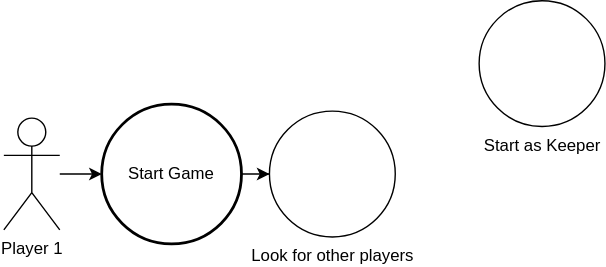
Earlier version of the draw.io export TheProspector/Assets/Schematics/Use_case.svg (SakuNurmiranta/TheProspector). Source tidied: cells renumbered, new cells last; positions are measured from the earlier drawing's top-left corner, leaving out a move shared by most shapes. Its diagram source:
```xml
<mxGraphModel>
  <root>
    <mxCell id="0" />
    <mxCell id="1" parent="0" />
    <mxCell id="2" value="Player 1" style="shape=umlActor;verticalLabelPosition=bottom;verticalAlign=top;html=1;" parent="1" vertex="1">
      <mxGeometry y="84" width="40" height="80" as="geometry" />
    </mxCell>
    <mxCell id="3" value="Start Game" style="strokeWidth=2;html=1;shape=mxgraph.flowchart.start_2;whiteSpace=wrap;" parent="1" vertex="1">
      <mxGeometry x="70" y="74" width="100" height="100" as="geometry" />
    </mxCell>
    <mxCell id="4" style="edgeStyle=orthogonalEdgeStyle;rounded=0;jettySize=auto;html=1;entryX=0;entryY=0.5;entryDx=0;entryDy=0;entryPerimeter=0;" parent="1" edge="1" source="2" target="3">
      <mxGeometry relative="1" as="geometry" />
    </mxCell>
    <mxCell id="5" value="Look for other players" style="verticalLabelPosition=bottom;verticalAlign=top;html=1;shape=mxgraph.flowchart.on-page_reference;" parent="1" vertex="1">
      <mxGeometry x="190" y="79" width="90" height="90" as="geometry" />
    </mxCell>
    <mxCell id="6" style="edgeStyle=orthogonalEdgeStyle;rounded=0;jettySize=auto;html=1;entryX=0;entryY=0.5;entryDx=0;entryDy=0;entryPerimeter=0;" parent="1" edge="1" source="3" target="5">
      <mxGeometry relative="1" as="geometry" />
    </mxCell>
    <mxCell id="7" value="Start as Keeper" style="verticalLabelPosition=bottom;verticalAlign=top;html=1;shape=mxgraph.flowchart.on-page_reference;" parent="1" vertex="1">
      <mxGeometry x="340" width="90" height="90" as="geometry" />
    </mxCell>
  </root>
</mxGraphModel>
```
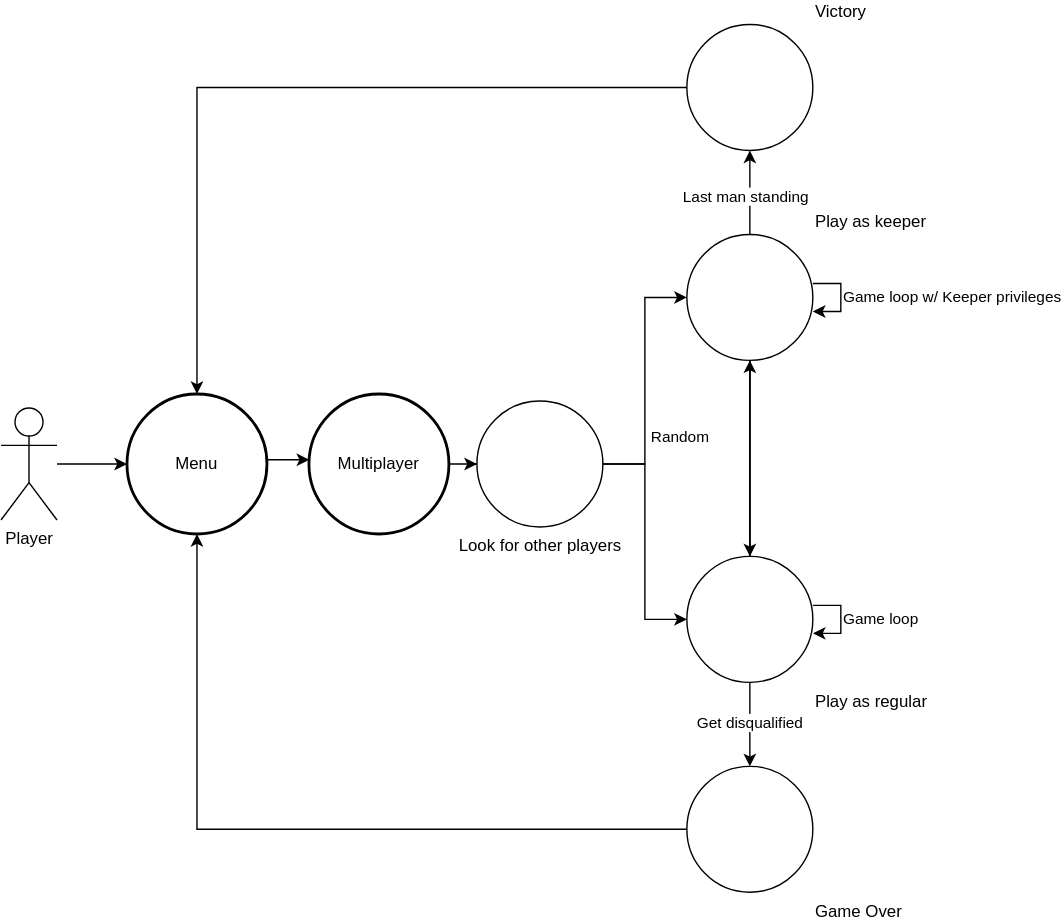
The same file after the commit.

Commit message:
Finished UML, added Keeper info

Change to the diagram source:
```diff
@@ -2,23 +2,93 @@
   <root>
     <mxCell id="0" />
     <mxCell id="1" parent="0" />
-    <mxCell id="2" value="Player 1" style="shape=umlActor;verticalLabelPosition=bottom;verticalAlign=top;html=1;" parent="1" vertex="1">
+    <mxCell id="2" value="Player&lt;br&gt;" style="shape=umlActor;verticalLabelPosition=bottom;verticalAlign=top;html=1;" parent="1" vertex="1">
       <mxGeometry y="84" width="40" height="80" as="geometry" />
     </mxCell>
-    <mxCell id="3" value="Start Game" style="strokeWidth=2;html=1;shape=mxgraph.flowchart.start_2;whiteSpace=wrap;" parent="1" vertex="1">
-      <mxGeometry x="70" y="74" width="100" height="100" as="geometry" />
+    <mxCell id="3" value="Multiplayer" style="strokeWidth=2;html=1;shape=mxgraph.flowchart.start_2;whiteSpace=wrap;" parent="1" vertex="1">
+      <mxGeometry x="220" y="74" width="100" height="100" as="geometry" />
     </mxCell>
-    <mxCell id="4" style="edgeStyle=orthogonalEdgeStyle;rounded=0;jettySize=auto;html=1;entryX=0;entryY=0.5;entryDx=0;entryDy=0;entryPerimeter=0;" parent="1" edge="1" source="2" target="3">
-      <mxGeometry relative="1" as="geometry" />
-    </mxCell>
     <mxCell id="5" value="Look for other players" style="verticalLabelPosition=bottom;verticalAlign=top;html=1;shape=mxgraph.flowchart.on-page_reference;" parent="1" vertex="1">
-      <mxGeometry x="190" y="79" width="90" height="90" as="geometry" />
+      <mxGeometry x="340" y="79" width="90" height="90" as="geometry" />
     </mxCell>
     <mxCell id="6" style="edgeStyle=orthogonalEdgeStyle;rounded=0;jettySize=auto;html=1;entryX=0;entryY=0.5;entryDx=0;entryDy=0;entryPerimeter=0;" parent="1" edge="1" source="3" target="5">
       <mxGeometry relative="1" as="geometry" />
     </mxCell>
+    <mxCell id="8" style="edgeStyle=orthogonalEdgeStyle;rounded=0;jettySize=auto;html=1;" parent="1" edge="1" source="7">
+      <mxGeometry relative="1" as="geometry">
+        <mxPoint x="535" y="230" as="targetPoint" />
+      </mxGeometry>
+    </mxCell>
+    <mxCell id="9" style="edgeStyle=orthogonalEdgeStyle;rounded=0;jettySize=auto;html=1;" parent="1" edge="1" source="7" target="10">
+      <mxGeometry relative="1" as="geometry" />
+    </mxCell>
-    <mxCell id="7" value="Start as Keeper" style="verticalLabelPosition=bottom;verticalAlign=top;html=1;shape=mxgraph.flowchart.on-page_reference;" parent="1" vertex="1">
-      <mxGeometry x="340" width="90" height="90" as="geometry" />
+    <mxCell id="7" value="Play as keeper" style="verticalLabelPosition=top;verticalAlign=bottom;html=1;shape=mxgraph.flowchart.on-page_reference;labelPosition=right;align=left;" parent="1" vertex="1">
+      <mxGeometry x="490" y="-40" width="90" height="90" as="geometry" />
     </mxCell>
+    <mxCell id="10" value="Play as regular&lt;br&gt;" style="verticalLabelPosition=bottom;verticalAlign=top;html=1;shape=mxgraph.flowchart.on-page_reference;labelPosition=right;align=left;" parent="1" vertex="1">
+      <mxGeometry x="490" y="190" width="90" height="90" as="geometry" />
+    </mxCell>
+    <mxCell id="11" style="edgeStyle=orthogonalEdgeStyle;rounded=0;jettySize=auto;html=1;entryX=0;entryY=0.5;entryDx=0;entryDy=0;entryPerimeter=0;" parent="1" edge="1" source="5" target="7">
+      <mxGeometry relative="1" as="geometry" />
+    </mxCell>
+    <mxCell id="12" style="edgeStyle=orthogonalEdgeStyle;rounded=0;jettySize=auto;html=1;entryX=0;entryY=0.5;entryDx=0;entryDy=0;entryPerimeter=0;" parent="1" edge="1" source="5" target="10">
+      <mxGeometry relative="1" as="geometry" />
+    </mxCell>
+    <mxCell id="13" value="Random" style="edgeLabel;html=1;align=center;verticalAlign=middle;" parent="12" vertex="1">
+      <mxGeometry relative="1" as="geometry">
+        <mxPoint x="24" y="-76" as="offset" />
+      </mxGeometry>
+    </mxCell>
+    <mxCell id="14" value="Game Over" style="verticalLabelPosition=bottom;verticalAlign=top;html=1;shape=mxgraph.flowchart.on-page_reference;labelPosition=right;align=left;" parent="1" vertex="1">
+      <mxGeometry x="490" y="340" width="90" height="90" as="geometry" />
+    </mxCell>
+    <mxCell id="15" value="Victory" style="verticalLabelPosition=top;verticalAlign=bottom;html=1;shape=mxgraph.flowchart.on-page_reference;labelPosition=right;align=left;" parent="1" vertex="1">
+      <mxGeometry x="490" y="-190" width="90" height="90" as="geometry" />
+    </mxCell>
+    <mxCell id="16" style="edgeStyle=orthogonalEdgeStyle;rounded=0;jettySize=auto;html=1;entryX=0.5;entryY=0;entryDx=0;entryDy=0;entryPerimeter=0;" parent="1" edge="1" source="10" target="14">
+      <mxGeometry relative="1" as="geometry" />
+    </mxCell>
+    <mxCell id="17" value="Get disqualified" style="edgeLabel;html=1;align=center;verticalAlign=middle;" parent="16" vertex="1">
+      <mxGeometry x="-0.07" y="-1" relative="1" as="geometry" />
+    </mxCell>
+    <mxCell id="18" style="edgeStyle=orthogonalEdgeStyle;rounded=0;jettySize=auto;html=1;" parent="1" edge="1" source="14" target="25">
+      <mxGeometry relative="1" as="geometry" />
+    </mxCell>
+    <mxCell id="19" style="edgeStyle=orthogonalEdgeStyle;rounded=0;jettySize=auto;html=1;entryX=0.5;entryY=1;entryDx=0;entryDy=0;entryPerimeter=0;" parent="1" edge="1" source="7" target="15">
+      <mxGeometry relative="1" as="geometry" />
+    </mxCell>
+    <mxCell id="20" value="Last man standing" style="edgeLabel;html=1;align=center;verticalAlign=middle;" parent="19" vertex="1">
+      <mxGeometry x="-0.07" y="4" relative="1" as="geometry" />
+    </mxCell>
+    <mxCell id="21" style="edgeStyle=orthogonalEdgeStyle;rounded=0;jettySize=auto;html=1;" parent="1" edge="1" source="15" target="25">
+      <mxGeometry relative="1" as="geometry" />
+    </mxCell>
+    <mxCell id="22" style="edgeStyle=orthogonalEdgeStyle;rounded=0;jettySize=auto;html=1;entryX=0.5;entryY=1;entryDx=0;entryDy=0;entryPerimeter=0;" parent="1" edge="1" source="10" target="7">
+      <mxGeometry relative="1" as="geometry" />
+    </mxCell>
+    <mxCell id="23" value="Game loop" style="edgeStyle=orthogonalEdgeStyle;rounded=0;orthogonalLoop=1;jettySize=auto;html=1;elbow=vertical;labelPosition=right;verticalLabelPosition=middle;align=left;verticalAlign=middle;" parent="1" edge="1" source="10" target="10">
+      <mxGeometry relative="1" as="geometry" />
+    </mxCell>
+    <mxCell id="24" value="Game loop w/ Keeper privileges" style="edgeStyle=orthogonalEdgeStyle;rounded=0;orthogonalLoop=1;jettySize=auto;html=1;elbow=vertical;labelPosition=right;verticalLabelPosition=middle;align=left;verticalAlign=middle;" parent="1" edge="1" source="7" target="7">
+      <mxGeometry relative="1" as="geometry">
+        <Array as="points">
+          <mxPoint x="600" y="5" />
+        </Array>
+      </mxGeometry>
+    </mxCell>
+    <mxCell id="25" value="Menu" style="strokeWidth=2;html=1;shape=mxgraph.flowchart.start_2;whiteSpace=wrap;" parent="1" vertex="1">
+      <mxGeometry x="90" y="74" width="100" height="100" as="geometry" />
+    </mxCell>
+    <mxCell id="26" style="edgeStyle=orthogonalEdgeStyle;rounded=0;jettySize=auto;html=1;entryX=0.002;entryY=0.47;entryDx=0;entryDy=0;entryPerimeter=0;" parent="1" edge="1" source="25" target="3">
+      <mxGeometry relative="1" as="geometry">
+        <Array as="points">
+          <mxPoint x="200" y="121" />
+          <mxPoint x="200" y="121" />
+        </Array>
+      </mxGeometry>
+    </mxCell>
+    <mxCell id="27" style="edgeStyle=orthogonalEdgeStyle;rounded=0;jettySize=auto;html=1;entryX=0;entryY=0.5;entryDx=0;entryDy=0;entryPerimeter=0;" parent="1" edge="1" source="2" target="25">
+      <mxGeometry relative="1" as="geometry" />
+    </mxCell>
   </root>
 </mxGraphModel>
```
